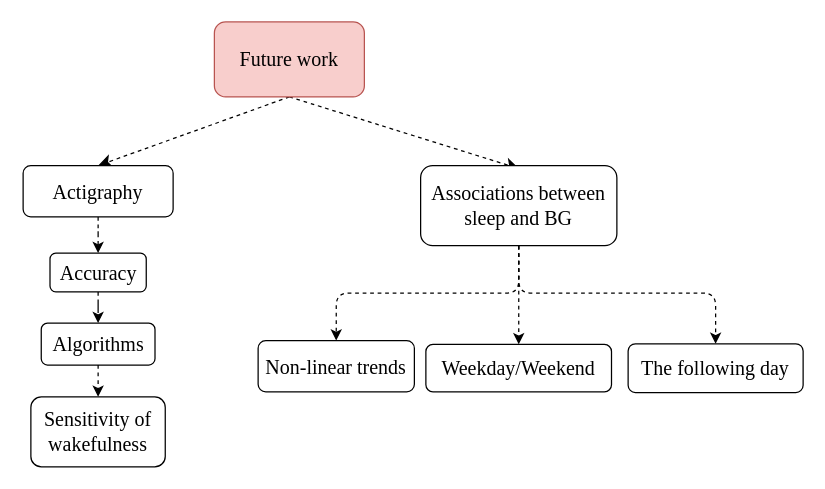
The draw.io diagram page "Side-6" (6 of 6) of Plots/Unavngivet diagram.drawio in laurateilmann/Bachelor, before the edit. Source tidied: cells renumbered, new cells numbered last; positions are measured from the earlier drawing's top-left corner, leaving out a move shared by most shapes. Both pictures are drawn from the tidied source at 125%, with x=0, y=0 at pixel (22, 21).
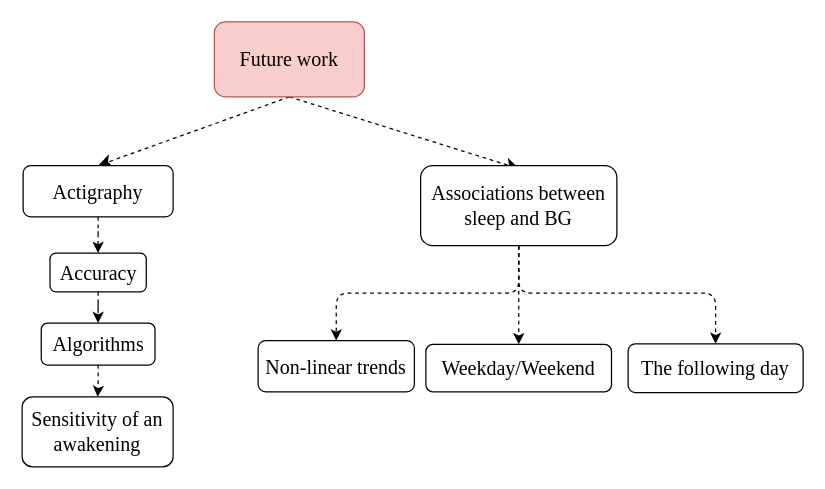
After the change.

What changed in the source:
```diff
@@
-    <mxCell id="16" value="Sensitivity of wakefulness" style="whiteSpace=wrap;html=1;fontSize=16;fontFamily=Times New Roman;rounded=1;" parent="1" vertex="1">
-      <mxGeometry x="6.2" y="300" width="107.5" height="56" as="geometry" />
+    <mxCell id="16" value="Sensitivity of an awakening" style="whiteSpace=wrap;html=1;fontSize=16;fontFamily=Times New Roman;rounded=1;" parent="1" vertex="1">
+      <mxGeometry x="-0.8" y="300" width="120.8" height="56" as="geometry" />
     </mxCell>
```
